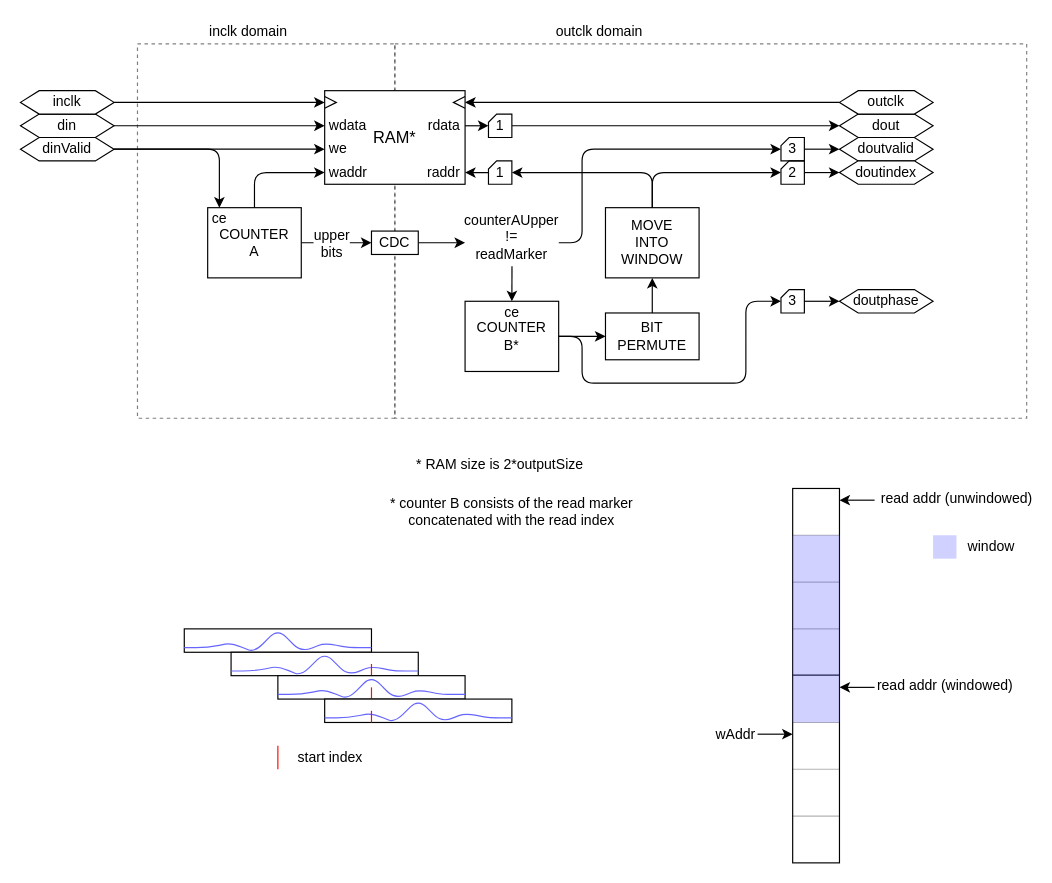
Before: diagrams/overlap_stream_buffer2.drawio in gabriel-tenma-white/fpga-dsp, a draw.io diagram. Source tidied: cells renumbered, new cells numbered last; positions are measured from the earlier drawing's top-left corner, leaving out a move shared by most shapes. Both pictures are drawn from the tidied source at 117%, with x=0, y=0 at pixel (20, 20).
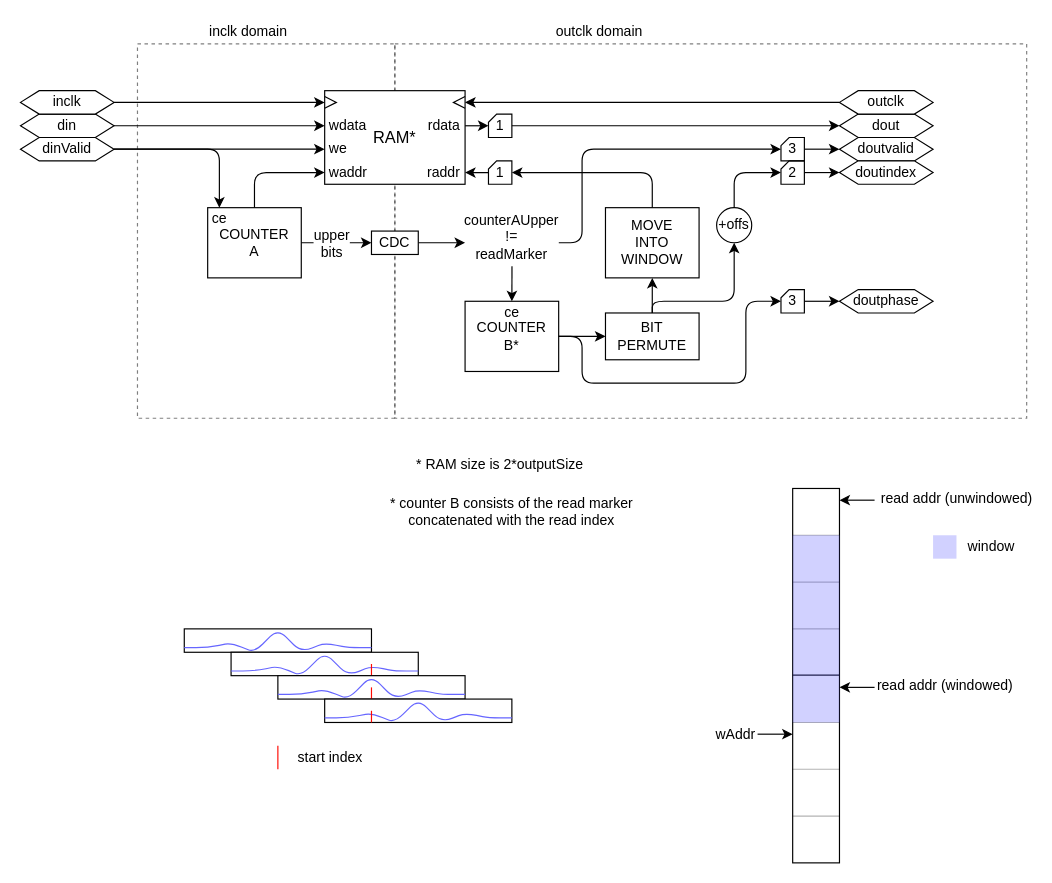
The same page after the edit.

Unchanged cells that the change refers to:
```xml
<mxCell id="59" value="BIT&lt;br&gt;PERMUTE" style="rounded=0;whiteSpace=wrap;html=1;fontSize=12;align=center;" parent="58" vertex="1">
  <mxGeometry width="80" height="40" as="geometry" />
</mxCell>
<mxCell id="64" value="2" style="shape=card;whiteSpace=wrap;html=1;fillColor=none;fontSize=12;align=center;arcSize=10;size=7;" parent="1" vertex="1">
  <mxGeometry x="650" y="120" width="20" height="20" as="geometry" />
</mxCell>
<mxCell id="73" value="MOVE&lt;br&gt;INTO&lt;br&gt;WINDOW" style="rounded=0;whiteSpace=wrap;html=1;fontSize=12;align=center;" parent="72" vertex="1">
  <mxGeometry width="80" height="60" as="geometry" />
</mxCell>
```

Diff of the diagram source:
```diff
@@
-    <mxCell id="79" style="edgeStyle=orthogonalEdgeStyle;rounded=1;jettySize=auto;html=1;exitX=0.5;exitY=0;exitDx=0;exitDy=0;strokeColor=#000000;fontSize=12;" parent="1" edge="1" source="73" target="64">
-      <mxGeometry relative="1" as="geometry">
-        <Array as="points">
-          <mxPoint x="540" y="130" />
-        </Array>
-      </mxGeometry>
-    </mxCell>
@@
+    <mxCell id="103" style="edgeStyle=orthogonalEdgeStyle;rounded=1;jettySize=auto;html=1;exitX=0.5;exitY=0;exitDx=0;exitDy=0;strokeColor=#000000;fontSize=12;" parent="1" edge="1" source="104" target="64">
+      <mxGeometry relative="1" as="geometry">
+        <Array as="points">
+          <mxPoint x="610" y="130" />
+          <mxPoint x="645" y="130" />
+          <mxPoint x="645" y="130" />
+        </Array>
+      </mxGeometry>
+    </mxCell>
+    <mxCell id="104" value="+offs" style="ellipse;whiteSpace=wrap;html=1;fontSize=12;" parent="1" vertex="1">
+      <mxGeometry x="595" y="160" width="30" height="30" as="geometry" />
+    </mxCell>
+    <mxCell id="105" style="edgeStyle=orthogonalEdgeStyle;rounded=1;jettySize=auto;html=1;exitX=0.5;exitY=0;exitDx=0;exitDy=0;entryX=0.5;entryY=1;entryDx=0;entryDy=0;strokeColor=#000000;fontSize=12;" parent="1" edge="1" source="59" target="104">
+      <mxGeometry relative="1" as="geometry">
+        <Array as="points">
+          <mxPoint x="540" y="240" />
+          <mxPoint x="610" y="240" />
+        </Array>
+      </mxGeometry>
+    </mxCell>
```
